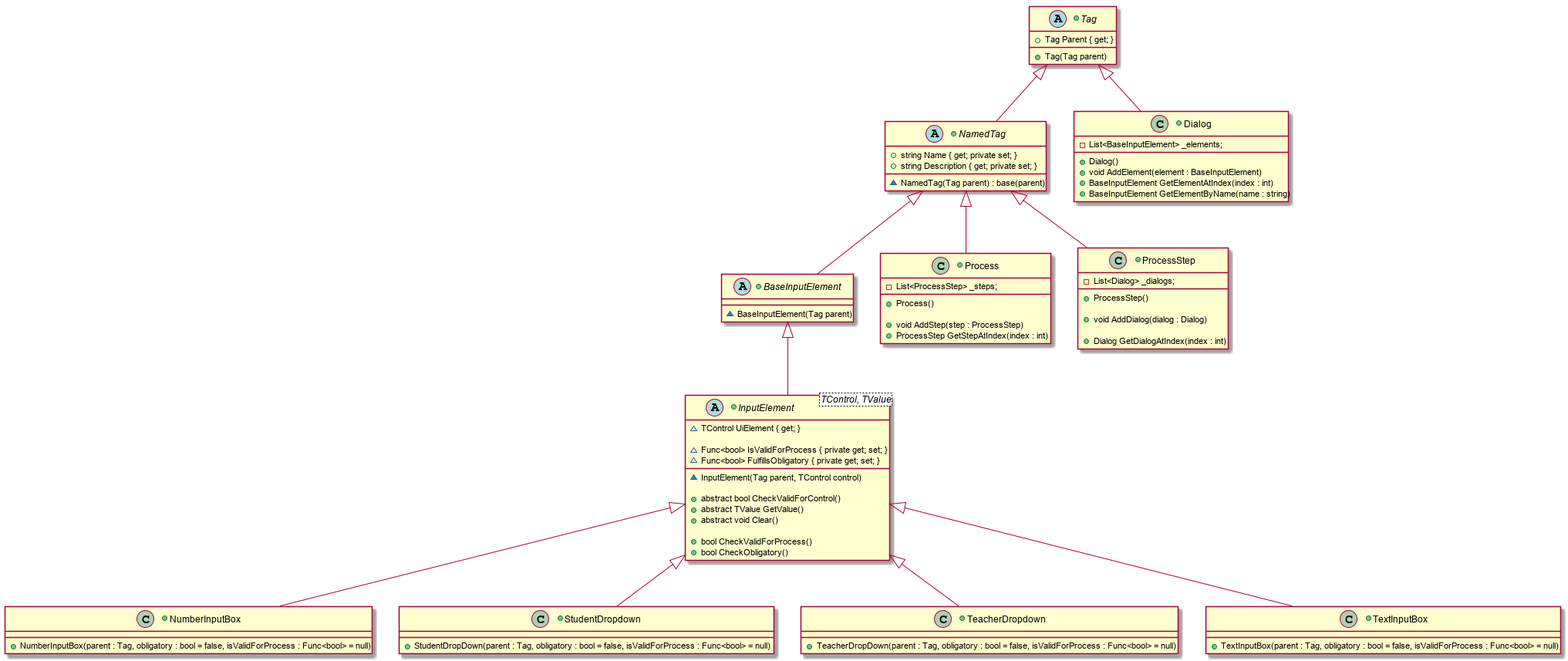
The PlantUML diagram DynamicDocsWPF/DynamicDocsWPF/PlantUML/UML.png in JuNord/dynamicDocs, before a commit. Source of this version:
```plantuml
@startuml
Tag <|-- NamedTag
Tag <|-- Dialog
NamedTag <|-- BaseInputElement
NamedTag <|-- Process
NamedTag <|-- ProcessStep
BaseInputElement <|-- InputElement
InputElement <|-- NumberInputBox
InputElement <|-- StudentDropdown
InputElement <|-- TeacherDropdown
InputElement <|-- TextInputBox

+abstract class Tag
{
    +Tag Parent { get; }
    +Tag(Tag parent)
}

+abstract class NamedTag
{
    +string Name { get; private set; }
    +string Description { get; private set; }

    ~NamedTag(Tag parent) : base(parent)
}

+abstract class InputElement<TControl, TValue>
{
    ~TControl UiElement { get; }

    ~Func<bool> IsValidForProcess { private get; set; }
    ~Func<bool> FulfillsObligatory { private get; set; }

    ~InputElement(Tag parent, TControl control)

    +abstract bool CheckValidForControl()
    +abstract TValue GetValue()
    +abstract void Clear()

    +bool CheckValidForProcess()
    +bool CheckObligatory()
}

+abstract class BaseInputElement
{
    ~BaseInputElement(Tag parent)
}

+class NumberInputBox
{
    +NumberInputBox(parent : Tag, obligatory : bool = false, isValidForProcess : Func<bool> = null)
}

+class TextInputBox
{
    +TextInputBox(parent : Tag, obligatory : bool = false, isValidForProcess : Func<bool> = null)
}

+class StudentDropdown
{
    +StudentDropDown(parent : Tag, obligatory : bool = false, isValidForProcess : Func<bool> = null)
}

+class TeacherDropdown
{
    +TeacherDropDown(parent : Tag, obligatory : bool = false, isValidForProcess : Func<bool> = null)
}


+class Process
{
    -List<ProcessStep> _steps;

    +Process()

    +void AddStep(step : ProcessStep)
    +ProcessStep GetStepAtIndex(index : int)
}

+class ProcessStep
{
    -List<Dialog> _dialogs;

    +ProcessStep()

    +void AddDialog(dialog : Dialog)

    +Dialog GetDialogAtIndex(index : int)
}

+class Dialog
{
    -List<BaseInputElement> _elements;

    +Dialog()
    +void AddElement(element : BaseInputElement)
    +BaseInputElement GetElementAtIndex(index : int)
    +BaseInputElement GetElementByName(name : string)
}
@enduml
```
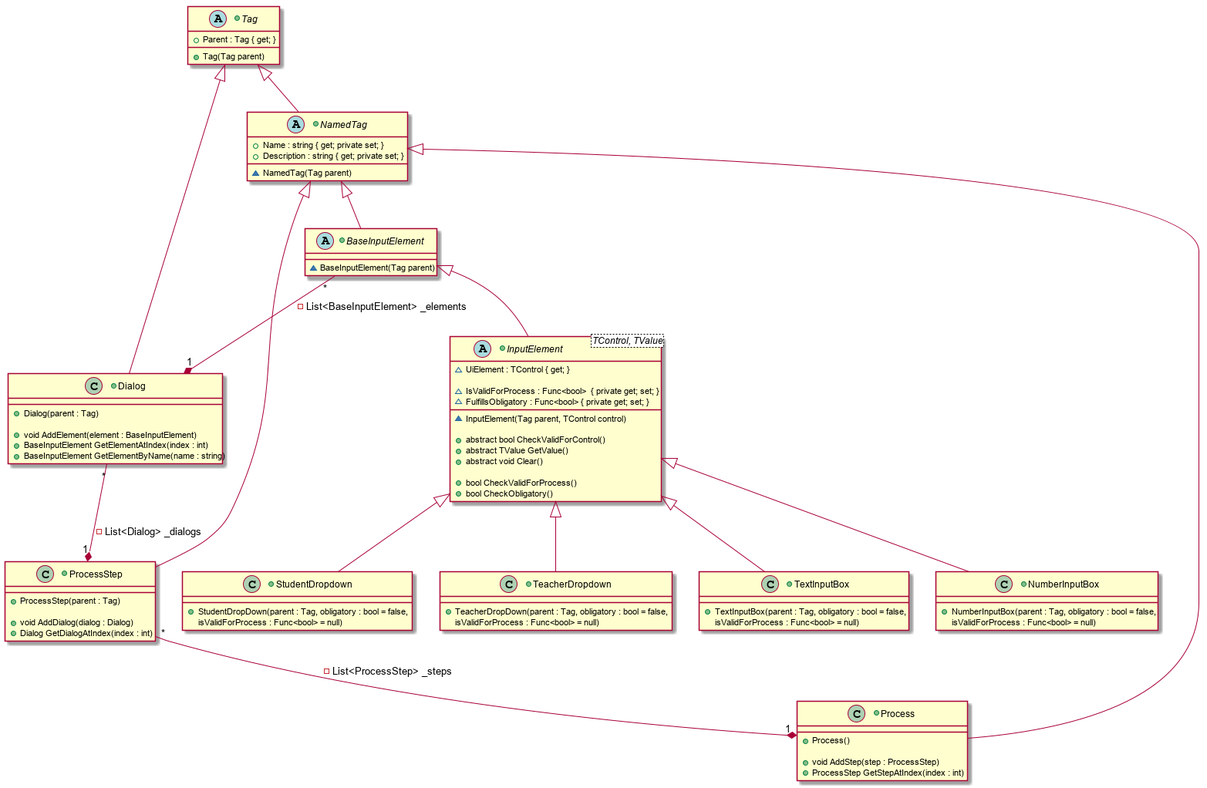
After the commit.

Diff of the diagram source:
```diff
@@ -10,26 +10,31 @@
 InputElement <|-- TeacherDropdown
 InputElement <|-- TextInputBox
 
+ProcessStep "*" --* "1" Process : -List<ProcessStep> _steps
+Dialog "*" --* "1" ProcessStep : -List<Dialog> _dialogs
+BaseInputElement "*" --* "1" Dialog : -List<BaseInputElement> _elements
+
+
 +abstract class Tag
 {
-    +Tag Parent { get; }
+    +Parent : Tag { get; }
     +Tag(Tag parent)
 }
 
 +abstract class NamedTag
 {
-    +string Name { get; private set; }
-    +string Description { get; private set; }
+    +Name : string { get; private set; }
+    +Description : string { get; private set; }
 
-    ~NamedTag(Tag parent) : base(parent)
+    ~NamedTag(Tag parent)
 }
 
 +abstract class InputElement<TControl, TValue>
 {
-    ~TControl UiElement { get; }
+    ~UiElement : TControl { get; }
 
-    ~Func<bool> IsValidForProcess { private get; set; }
-    ~Func<bool> FulfillsObligatory { private get; set; }
+    ~IsValidForProcess : Func<bool>  { private get; set; }
+    ~FulfillsObligatory : Func<bool> { private get; set; }
 
     ~InputElement(Tag parent, TControl control)
 
@@ -48,29 +53,31 @@
 
 +class NumberInputBox
 {
-    +NumberInputBox(parent : Tag, obligatory : bool = false, isValidForProcess : Func<bool> = null)
+    +NumberInputBox(parent : Tag, obligatory : bool = false,
+                    isValidForProcess : Func<bool> = null)
 }
 
 +class TextInputBox
 {
-    +TextInputBox(parent : Tag, obligatory : bool = false, isValidForProcess : Func<bool> = null)
+    +TextInputBox(parent : Tag, obligatory : bool = false,
+                  isValidForProcess : Func<bool> = null)
 }
 
 +class StudentDropdown
 {
-    +StudentDropDown(parent : Tag, obligatory : bool = false, isValidForProcess : Func<bool> = null)
+    +StudentDropDown(parent : Tag, obligatory : bool = false,
+                    isValidForProcess : Func<bool> = null)
 }
 
 +class TeacherDropdown
 {
-    +TeacherDropDown(parent : Tag, obligatory : bool = false, isValidForProcess : Func<bool> = null)
+    +TeacherDropDown(parent : Tag, obligatory : bool = false,
+                    isValidForProcess : Func<bool> = null)
 }
 
 
 +class Process
 {
-    -List<ProcessStep> _steps;
-
     +Process()
 
     +void AddStep(step : ProcessStep)
@@ -79,20 +86,16 @@
 
 +class ProcessStep
 {
-    -List<Dialog> _dialogs;
-
-    +ProcessStep()
+    +ProcessStep(parent : Tag)
 
     +void AddDialog(dialog : Dialog)
-
     +Dialog GetDialogAtIndex(index : int)
 }
 
 +class Dialog
 {
-    -List<BaseInputElement> _elements;
+    +Dialog(parent : Tag)
 
-    +Dialog()
     +void AddElement(element : BaseInputElement)
     +BaseInputElement GetElementAtIndex(index : int)
     +BaseInputElement GetElementByName(name : string)
```
